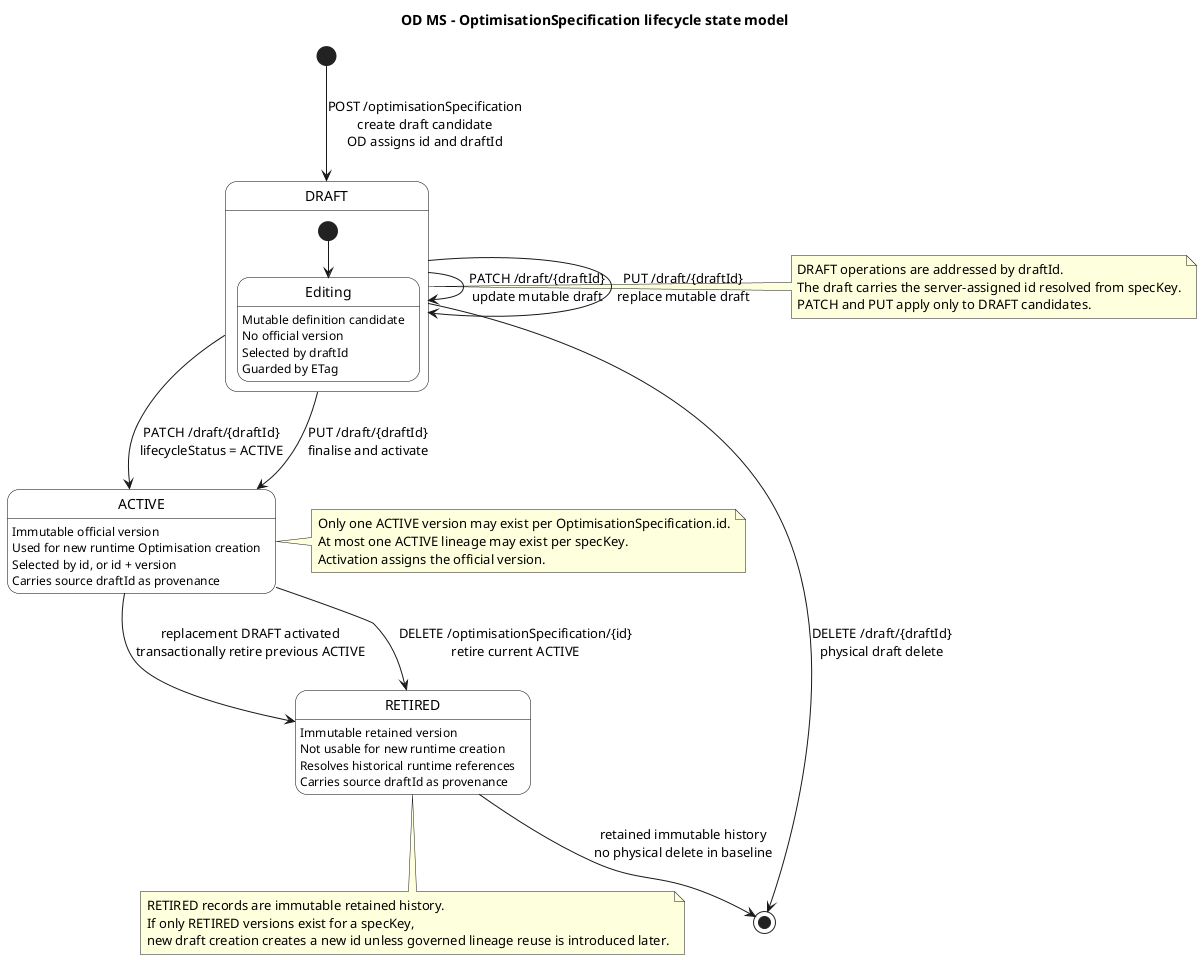
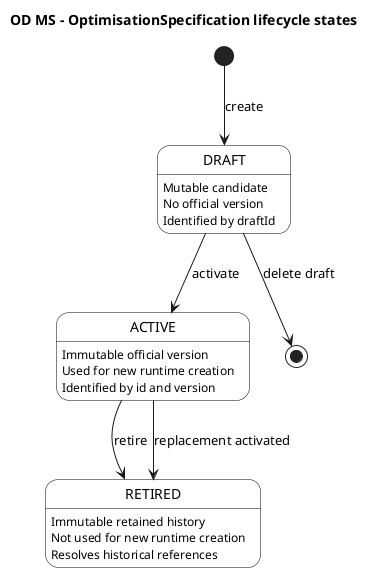
@startuml od-ms-lifecycle-state
- ' OD MS OptimisationSpecification lifecycle state model
- ' Focus: specification definition lifecycle, draft candidate lifecycle, activation, retirement, and deletion semantics.
+ ' OD MS OptimisationSpecification lifecycle states only.

hide empty description
skinparam shadowing false
skinparam state {
  BackgroundColor White
  BorderColor Black
  FontColor Black
}

- title OD MS - OptimisationSpecification lifecycle state model
+ title OD MS - OptimisationSpecification lifecycle states

- [*] --> DRAFT : POST /optimisationSpecification\ncreate draft candidate\nOD assigns id and draftId
+ [*] --> DRAFT : create
+ DRAFT --> ACTIVE : activate
+ ACTIVE --> RETIRED : retire
+ ACTIVE --> RETIRED : replacement activated
+ DRAFT --> [*] : delete draft

- state DRAFT {
-   [*] --> Editing
-   Editing : Mutable definition candidate
-   Editing : No official version
-   Editing : Selected by draftId
-   Editing : Guarded by ETag
- }
- 
- DRAFT --> DRAFT : PATCH /draft/{draftId}\nupdate mutable draft
- DRAFT --> DRAFT : PUT /draft/{draftId}\nreplace mutable draft
- DRAFT --> ACTIVE : PATCH /draft/{draftId}\nlifecycleStatus = ACTIVE
- DRAFT --> ACTIVE : PUT /draft/{draftId}\nfinalise and activate
- DRAFT --> [*] : DELETE /draft/{draftId}\nphysical draft delete
- 
- ACTIVE --> RETIRED : DELETE /optimisationSpecification/{id}\nretire current ACTIVE
- ACTIVE --> RETIRED : replacement DRAFT activated\ntransactionally retire previous ACTIVE
- 
- RETIRED --> [*] : retained immutable history\nno physical delete in baseline
+ DRAFT : Mutable candidate
+ DRAFT : No official version
+ DRAFT : Identified by draftId

ACTIVE : Immutable official version
- ACTIVE : Used for new runtime Optimisation creation
- ACTIVE : Selected by id, or id + version
- ACTIVE : Carries source draftId as provenance
+ ACTIVE : Used for new runtime creation
+ ACTIVE : Identified by id and version

- RETIRED : Immutable retained version
- RETIRED : Not usable for new runtime creation
- RETIRED : Resolves historical runtime references
- RETIRED : Carries source draftId as provenance
- 
- note right of DRAFT
- DRAFT operations are addressed by draftId.
- The draft carries the server-assigned id resolved from specKey.
- PATCH and PUT apply only to DRAFT candidates.
- end note
- 
- note right of ACTIVE
- Only one ACTIVE version may exist per OptimisationSpecification.id.
- At most one ACTIVE lineage may exist per specKey.
- Activation assigns the official version.
- end note
- 
- note bottom of RETIRED
- RETIRED records are immutable retained history.
- If only RETIRED versions exist for a specKey,
- new draft creation creates a new id unless governed lineage reuse is introduced later.
- end note
+ RETIRED : Immutable retained history
+ RETIRED : Not used for new runtime creation
+ RETIRED : Resolves historical references

@enduml
